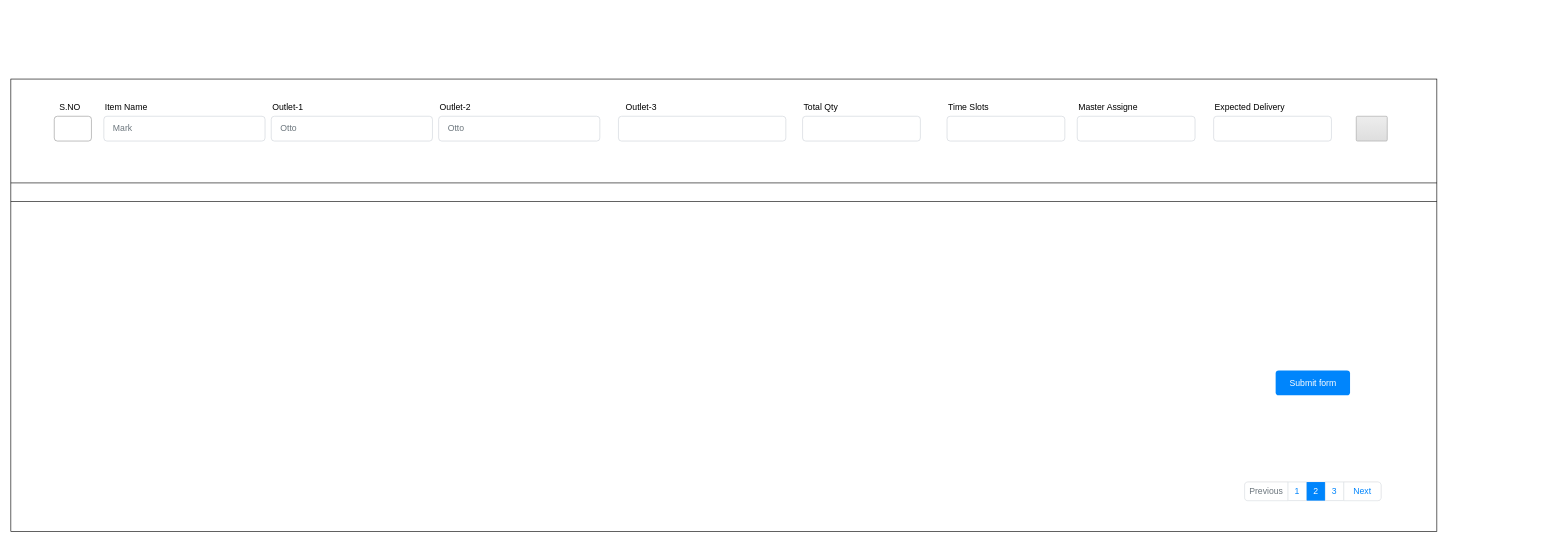
saikande6/Demo keeps this draw.io diagram as Jobcard.drawio. Above is the earlier version. Source tidied: cells renumbered, new cells numbered last; positions are measured from the earlier drawing's top-left corner, leaving out a move shared by most shapes. Both pictures are drawn from the tidied source at 62%, with x=0, y=0 at pixel (11, 79).
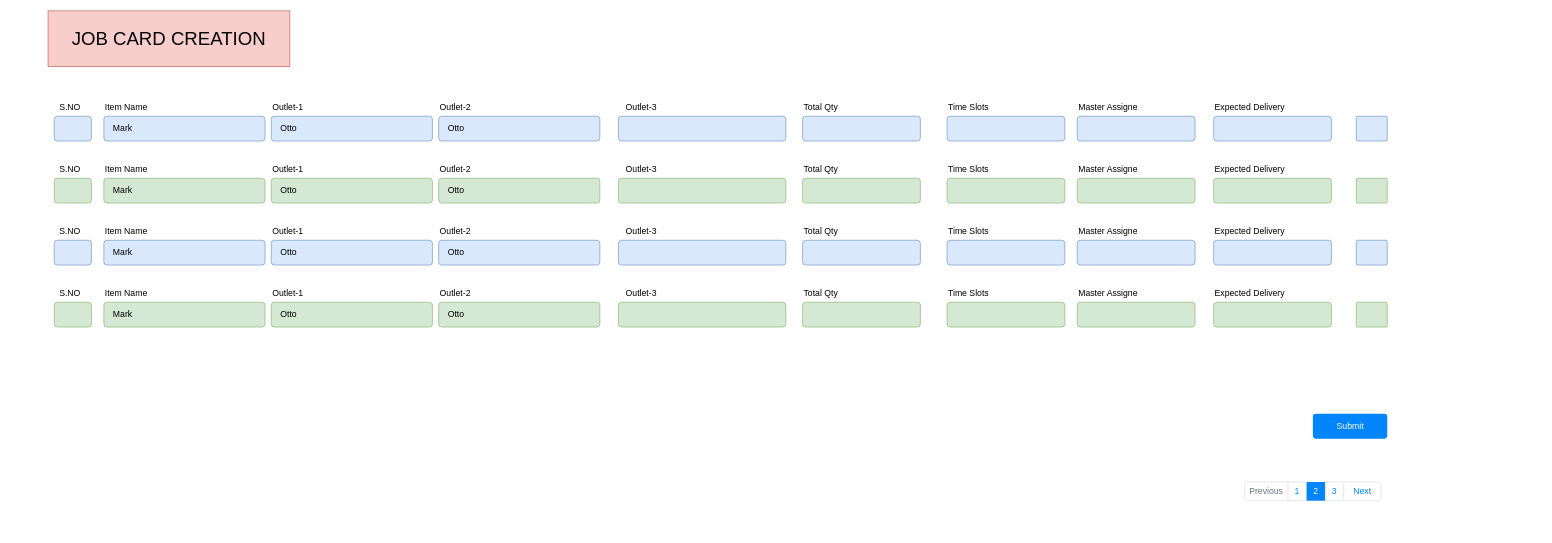
Above is the later version.

Change to the diagram source:
```diff
@@
-    <mxCell id="3" value="Mark" style="html=1;shadow=0;dashed=0;shape=mxgraph.bootstrap.rrect;rSize=5;fillColor=#ffffff;strokeColor=#CED4DA;align=left;spacing=15;fontSize=14;fontColor=#6C767D;" parent="1" vertex="1">
+    <mxCell id="3" value="Mark" style="html=1;shadow=0;dashed=0;shape=mxgraph.bootstrap.rrect;rSize=5;fillColor=#dae8fc;strokeColor=#6c8ebf;align=left;spacing=15;fontSize=14;" parent="1" vertex="1">
       <mxGeometry x="150" y="60" width="260" height="40" as="geometry" />
     </mxCell>
@@
-    <mxCell id="5" value="Otto" style="html=1;shadow=0;dashed=0;shape=mxgraph.bootstrap.rrect;rSize=5;fillColor=#ffffff;strokeColor=#CED4DA;align=left;spacing=15;fontSize=14;fontColor=#6C767D;" parent="1" vertex="1">
+    <mxCell id="5" value="Otto" style="html=1;shadow=0;dashed=0;shape=mxgraph.bootstrap.rrect;rSize=5;fillColor=#dae8fc;strokeColor=#6c8ebf;align=left;spacing=15;fontSize=14;" parent="1" vertex="1">
       <mxGeometry x="420" y="60" width="260" height="40" as="geometry" />
     </mxCell>
@@
-    <mxCell id="8" style="html=1;shadow=0;dashed=0;shape=mxgraph.bootstrap.rrect;rSize=5;fillColor=#ffffff;strokeColor=#CED4DA;align=left;spacing=15;fontSize=14;fontColor=#6C767D;" parent="1" vertex="1">
+    <mxCell id="8" style="html=1;shadow=0;dashed=0;shape=mxgraph.bootstrap.rrect;rSize=5;fillColor=#dae8fc;strokeColor=#6c8ebf;align=left;spacing=15;fontSize=14;" parent="1" vertex="1">
       <mxGeometry x="980" y="60" width="270" height="40" as="geometry" />
     </mxCell>
@@
-    <mxCell id="11" style="html=1;shadow=0;dashed=0;shape=mxgraph.bootstrap.rrect;rSize=5;fillColor=#ffffff;strokeColor=#CED4DA;align=left;spacing=15;fontSize=14;fontColor=#6C767D;" parent="1" vertex="1">
+    <mxCell id="11" style="html=1;shadow=0;dashed=0;shape=mxgraph.bootstrap.rrect;rSize=5;fillColor=#dae8fc;strokeColor=#6c8ebf;align=left;spacing=15;fontSize=14;" parent="1" vertex="1">
       <mxGeometry x="1510" y="60" width="190" height="40" as="geometry" />
     </mxCell>
-    <mxCell id="12" value="Agree to term and conditions" style="html=1;shadow=0;dashed=0;shape=mxgraph.bootstrap.checkbox2;labelPosition=right;verticalLabelPosition=middle;align=left;verticalAlign=middle;gradientColor=#DEDEDE;fillColor=#EDEDED;strokeColor=#A6A6A6;checked=0;spacing=5;checkedFill=#0085FC;checkedStroke=#ffffff;fontSize=19;fontColor=#FFFFFF;" parent="1" vertex="1">
+    <mxCell id="12" style="html=1;shadow=0;dashed=0;shape=mxgraph.bootstrap.checkbox2;labelPosition=right;verticalLabelPosition=middle;align=left;verticalAlign=middle;fillColor=#dae8fc;strokeColor=#6c8ebf;checked=0;spacing=5;checkedFill=#0085FC;checkedStroke=#ffffff;fontSize=19;" parent="1" vertex="1">
       <mxGeometry x="2170" y="60" width="50" height="40" as="geometry" />
     </mxCell>
-    <mxCell id="13" value="Submit form" style="html=1;shadow=0;dashed=0;shape=mxgraph.bootstrap.rrect;rSize=5;fillColor=#0085FC;strokeColor=none;align=center;spacing=15;fontSize=14;fontColor=#ffffff;" parent="1" vertex="1">
-      <mxGeometry x="2040" y="470" width="120" height="40" as="geometry" />
+    <mxCell id="13" value="Submit" style="html=1;shadow=0;dashed=0;shape=mxgraph.bootstrap.rrect;rSize=5;fillColor=#0085FC;strokeColor=none;align=center;spacing=15;fontSize=14;fontColor=#ffffff;" parent="1" vertex="1">
+      <mxGeometry x="2100" y="540" width="120" height="40" as="geometry" />
     </mxCell>
-    <mxCell id="14" style="html=1;shadow=0;dashed=0;shape=mxgraph.bootstrap.rrect;rSize=5;fillColor=none;strokeColor=#999999;align=left;spacing=15;fontSize=14;fontColor=#6C767D;" parent="1" vertex="1">
+    <mxCell id="14" style="html=1;shadow=0;dashed=0;shape=mxgraph.bootstrap.rrect;rSize=5;fillColor=#dae8fc;strokeColor=#6c8ebf;align=left;spacing=15;fontSize=14;" parent="1" vertex="1">
       <mxGeometry x="70" y="60" width="60" height="40" as="geometry" />
     </mxCell>
@@
-    <mxCell id="16" value="Otto" style="html=1;shadow=0;dashed=0;shape=mxgraph.bootstrap.rrect;rSize=5;fillColor=#ffffff;strokeColor=#CED4DA;align=left;spacing=15;fontSize=14;fontColor=#6C767D;" parent="1" vertex="1">
+    <mxCell id="16" value="Otto" style="html=1;shadow=0;dashed=0;shape=mxgraph.bootstrap.rrect;rSize=5;fillColor=#dae8fc;strokeColor=#6c8ebf;align=left;spacing=15;fontSize=14;" parent="1" vertex="1">
       <mxGeometry x="690" y="60" width="260" height="40" as="geometry" />
     </mxCell>
-    <mxCell id="17" style="html=1;shadow=0;dashed=0;shape=mxgraph.bootstrap.rrect;rSize=5;fillColor=#ffffff;strokeColor=#CED4DA;align=left;spacing=15;fontSize=14;fontColor=#6C767D;" parent="1" vertex="1">
+    <mxCell id="17" style="html=1;shadow=0;dashed=0;shape=mxgraph.bootstrap.rrect;rSize=5;fillColor=#dae8fc;strokeColor=#6c8ebf;align=left;spacing=15;fontSize=14;" parent="1" vertex="1">
       <mxGeometry x="1277" y="60" width="190" height="40" as="geometry" />
     </mxCell>
@@
-    <mxCell id="19" style="html=1;shadow=0;dashed=0;shape=mxgraph.bootstrap.rrect;rSize=5;fillColor=#ffffff;strokeColor=#CED4DA;align=left;spacing=15;fontSize=14;fontColor=#6C767D;" parent="1" vertex="1">
+    <mxCell id="19" style="html=1;shadow=0;dashed=0;shape=mxgraph.bootstrap.rrect;rSize=5;fillColor=#dae8fc;strokeColor=#6c8ebf;align=left;spacing=15;fontSize=14;" parent="1" vertex="1">
       <mxGeometry x="1720" y="60" width="190" height="40" as="geometry" />
     </mxCell>
@@
-    <mxCell id="21" style="html=1;shadow=0;dashed=0;shape=mxgraph.bootstrap.rrect;rSize=5;fillColor=#ffffff;strokeColor=#CED4DA;align=left;spacing=15;fontSize=14;fontColor=#6C767D;" parent="1" vertex="1">
+    <mxCell id="21" style="html=1;shadow=0;dashed=0;shape=mxgraph.bootstrap.rrect;rSize=5;fillColor=#dae8fc;strokeColor=#6c8ebf;align=left;spacing=15;fontSize=14;" parent="1" vertex="1">
       <mxGeometry x="1940" y="60" width="190" height="40" as="geometry" />
     </mxCell>
@@
-    <mxCell id="28" style="rounded=0;whiteSpace=wrap;html=1;fontSize=14;noLabel=1;fontColor=none;fillColor=none;" parent="1" vertex="1">
-      <mxGeometry width="2300" height="730" as="geometry" />
-    </mxCell>
-    <mxCell id="29" style="shape=link;html=1;fontSize=14;fontColor=none;exitX=0;exitY=0.25;exitDx=0;exitDy=0;entryX=1;entryY=0.25;entryDx=0;entryDy=0;width=30;" parent="1" edge="1" source="28" target="28">
-      <mxGeometry relative="1" as="geometry" />
-    </mxCell>
+    <mxCell id="30" value="Item Name" style="fillColor=none;strokeColor=none;align=left;fontSize=14;" parent="1" vertex="1">
+      <mxGeometry x="150" y="130" width="100" height="30" as="geometry" />
+    </mxCell>
+    <mxCell id="31" value="Mark" style="html=1;shadow=0;dashed=0;shape=mxgraph.bootstrap.rrect;rSize=5;fillColor=#d5e8d4;strokeColor=#82b366;align=left;spacing=15;fontSize=14;" parent="1" vertex="1">
+      <mxGeometry x="150" y="160" width="260" height="40" as="geometry" />
+    </mxCell>
+    <mxCell id="32" value="Outlet-1" style="fillColor=none;strokeColor=none;align=left;fontSize=14;" parent="1" vertex="1">
+      <mxGeometry x="420" y="130" width="100" height="30" as="geometry" />
+    </mxCell>
+    <mxCell id="33" value="Otto" style="html=1;shadow=0;dashed=0;shape=mxgraph.bootstrap.rrect;rSize=5;fillColor=#d5e8d4;strokeColor=#82b366;align=left;spacing=15;fontSize=14;" parent="1" vertex="1">
+      <mxGeometry x="420" y="160" width="260" height="40" as="geometry" />
+    </mxCell>
+    <mxCell id="34" value="Outlet-2" style="fillColor=none;strokeColor=none;align=left;fontSize=14;" parent="1" vertex="1">
+      <mxGeometry x="690" y="130" width="100" height="30" as="geometry" />
+    </mxCell>
+    <mxCell id="35" value="Outlet-3" style="fillColor=none;strokeColor=none;align=left;fontSize=14;" parent="1" vertex="1">
+      <mxGeometry x="990" y="130" width="100" height="30" as="geometry" />
+    </mxCell>
+    <mxCell id="36" style="html=1;shadow=0;dashed=0;shape=mxgraph.bootstrap.rrect;rSize=5;fillColor=#d5e8d4;strokeColor=#82b366;align=left;spacing=15;fontSize=14;" parent="1" vertex="1">
+      <mxGeometry x="980" y="160" width="270" height="40" as="geometry" />
+    </mxCell>
+    <mxCell id="37" value="Total Qty" style="fillColor=none;strokeColor=none;align=left;fontSize=14;" parent="1" vertex="1">
+      <mxGeometry x="1277" y="130" width="100" height="30" as="geometry" />
+    </mxCell>
+    <mxCell id="38" value="Time Slots" style="fillColor=none;strokeColor=none;align=left;fontSize=14;" parent="1" vertex="1">
+      <mxGeometry x="1510" y="130" width="190" height="30" as="geometry" />
+    </mxCell>
+    <mxCell id="39" style="html=1;shadow=0;dashed=0;shape=mxgraph.bootstrap.rrect;rSize=5;fillColor=#d5e8d4;strokeColor=#82b366;align=left;spacing=15;fontSize=14;" parent="1" vertex="1">
+      <mxGeometry x="1510" y="160" width="190" height="40" as="geometry" />
+    </mxCell>
+    <mxCell id="40" style="html=1;shadow=0;dashed=0;shape=mxgraph.bootstrap.checkbox2;labelPosition=right;verticalLabelPosition=middle;align=left;verticalAlign=middle;fillColor=#d5e8d4;strokeColor=#82b366;checked=0;spacing=5;checkedFill=#0085FC;checkedStroke=#ffffff;fontSize=19;" parent="1" vertex="1">
+      <mxGeometry x="2170" y="160" width="50" height="40" as="geometry" />
+    </mxCell>
+    <mxCell id="41" style="html=1;shadow=0;dashed=0;shape=mxgraph.bootstrap.rrect;rSize=5;fillColor=#d5e8d4;strokeColor=#82b366;align=left;spacing=15;fontSize=14;" parent="1" vertex="1">
+      <mxGeometry x="70" y="160" width="60" height="40" as="geometry" />
+    </mxCell>
+    <mxCell id="42" value="&lt;font color=&quot;#000000&quot; style=&quot;font-size: 14px;&quot;&gt;S.NO&lt;/font&gt;" style="text;html=1;align=center;verticalAlign=middle;fontSize=14;fontColor=#FFFFFF;" parent="1" vertex="1">
+      <mxGeometry x="70" y="135" width="50" height="20" as="geometry" />
+    </mxCell>
+    <mxCell id="43" value="Otto" style="html=1;shadow=0;dashed=0;shape=mxgraph.bootstrap.rrect;rSize=5;fillColor=#d5e8d4;strokeColor=#82b366;align=left;spacing=15;fontSize=14;" parent="1" vertex="1">
+      <mxGeometry x="690" y="160" width="260" height="40" as="geometry" />
+    </mxCell>
+    <mxCell id="44" style="html=1;shadow=0;dashed=0;shape=mxgraph.bootstrap.rrect;rSize=5;fillColor=#d5e8d4;strokeColor=#82b366;align=left;spacing=15;fontSize=14;" parent="1" vertex="1">
+      <mxGeometry x="1277" y="160" width="190" height="40" as="geometry" />
+    </mxCell>
+    <mxCell id="45" value="Master Assigne" style="fillColor=none;strokeColor=none;align=left;fontSize=14;" parent="1" vertex="1">
+      <mxGeometry x="1720" y="130" width="190" height="30" as="geometry" />
+    </mxCell>
+    <mxCell id="46" style="html=1;shadow=0;dashed=0;shape=mxgraph.bootstrap.rrect;rSize=5;fillColor=#d5e8d4;strokeColor=#82b366;align=left;spacing=15;fontSize=14;" parent="1" vertex="1">
+      <mxGeometry x="1720" y="160" width="190" height="40" as="geometry" />
+    </mxCell>
+    <mxCell id="47" value="Expected Delivery" style="fillColor=none;strokeColor=none;align=left;fontSize=14;" parent="1" vertex="1">
+      <mxGeometry x="1940" y="130" width="190" height="30" as="geometry" />
+    </mxCell>
+    <mxCell id="48" style="html=1;shadow=0;dashed=0;shape=mxgraph.bootstrap.rrect;rSize=5;fillColor=#d5e8d4;strokeColor=#82b366;align=left;spacing=15;fontSize=14;" parent="1" vertex="1">
+      <mxGeometry x="1940" y="160" width="190" height="40" as="geometry" />
+    </mxCell>
+    <mxCell id="49" value="Item Name" style="fillColor=none;strokeColor=none;align=left;fontSize=14;" parent="1" vertex="1">
+      <mxGeometry x="150" y="230" width="100" height="30" as="geometry" />
+    </mxCell>
+    <mxCell id="50" value="Mark" style="html=1;shadow=0;dashed=0;shape=mxgraph.bootstrap.rrect;rSize=5;fillColor=#dae8fc;strokeColor=#6c8ebf;align=left;spacing=15;fontSize=14;" parent="1" vertex="1">
+      <mxGeometry x="150" y="260" width="260" height="40" as="geometry" />
+    </mxCell>
+    <mxCell id="51" value="Outlet-1" style="fillColor=none;strokeColor=none;align=left;fontSize=14;" parent="1" vertex="1">
+      <mxGeometry x="420" y="230" width="100" height="30" as="geometry" />
+    </mxCell>
+    <mxCell id="52" value="Otto" style="html=1;shadow=0;dashed=0;shape=mxgraph.bootstrap.rrect;rSize=5;fillColor=#dae8fc;strokeColor=#6c8ebf;align=left;spacing=15;fontSize=14;" parent="1" vertex="1">
+      <mxGeometry x="420" y="260" width="260" height="40" as="geometry" />
+    </mxCell>
+    <mxCell id="53" value="Outlet-2" style="fillColor=none;strokeColor=none;align=left;fontSize=14;" parent="1" vertex="1">
+      <mxGeometry x="690" y="230" width="100" height="30" as="geometry" />
+    </mxCell>
+    <mxCell id="54" value="Outlet-3" style="fillColor=none;strokeColor=none;align=left;fontSize=14;" parent="1" vertex="1">
+      <mxGeometry x="990" y="230" width="100" height="30" as="geometry" />
+    </mxCell>
+    <mxCell id="55" style="html=1;shadow=0;dashed=0;shape=mxgraph.bootstrap.rrect;rSize=5;fillColor=#dae8fc;strokeColor=#6c8ebf;align=left;spacing=15;fontSize=14;" parent="1" vertex="1">
+      <mxGeometry x="980" y="260" width="270" height="40" as="geometry" />
+    </mxCell>
+    <mxCell id="56" value="Total Qty" style="fillColor=none;strokeColor=none;align=left;fontSize=14;" parent="1" vertex="1">
+      <mxGeometry x="1277" y="230" width="100" height="30" as="geometry" />
+    </mxCell>
+    <mxCell id="57" value="Time Slots" style="fillColor=none;strokeColor=none;align=left;fontSize=14;" parent="1" vertex="1">
+      <mxGeometry x="1510" y="230" width="190" height="30" as="geometry" />
+    </mxCell>
+    <mxCell id="58" style="html=1;shadow=0;dashed=0;shape=mxgraph.bootstrap.rrect;rSize=5;fillColor=#dae8fc;strokeColor=#6c8ebf;align=left;spacing=15;fontSize=14;" parent="1" vertex="1">
+      <mxGeometry x="1510" y="260" width="190" height="40" as="geometry" />
+    </mxCell>
+    <mxCell id="59" style="html=1;shadow=0;dashed=0;shape=mxgraph.bootstrap.checkbox2;labelPosition=right;verticalLabelPosition=middle;align=left;verticalAlign=middle;fillColor=#dae8fc;strokeColor=#6c8ebf;checked=0;spacing=5;checkedFill=#0085FC;checkedStroke=#ffffff;fontSize=19;" parent="1" vertex="1">
+      <mxGeometry x="2170" y="260" width="50" height="40" as="geometry" />
+    </mxCell>
+    <mxCell id="60" style="html=1;shadow=0;dashed=0;shape=mxgraph.bootstrap.rrect;rSize=5;fillColor=#dae8fc;strokeColor=#6c8ebf;align=left;spacing=15;fontSize=14;" parent="1" vertex="1">
+      <mxGeometry x="70" y="260" width="60" height="40" as="geometry" />
+    </mxCell>
+    <mxCell id="61" value="&lt;font color=&quot;#000000&quot; style=&quot;font-size: 14px;&quot;&gt;S.NO&lt;/font&gt;" style="text;html=1;align=center;verticalAlign=middle;fontSize=14;fontColor=#FFFFFF;" parent="1" vertex="1">
+      <mxGeometry x="70" y="235" width="50" height="20" as="geometry" />
+    </mxCell>
+    <mxCell id="62" value="Otto" style="html=1;shadow=0;dashed=0;shape=mxgraph.bootstrap.rrect;rSize=5;fillColor=#dae8fc;strokeColor=#6c8ebf;align=left;spacing=15;fontSize=14;" parent="1" vertex="1">
+      <mxGeometry x="690" y="260" width="260" height="40" as="geometry" />
+    </mxCell>
+    <mxCell id="63" style="html=1;shadow=0;dashed=0;shape=mxgraph.bootstrap.rrect;rSize=5;fillColor=#dae8fc;strokeColor=#6c8ebf;align=left;spacing=15;fontSize=14;" parent="1" vertex="1">
+      <mxGeometry x="1277" y="260" width="190" height="40" as="geometry" />
+    </mxCell>
+    <mxCell id="64" value="Master Assigne" style="fillColor=none;strokeColor=none;align=left;fontSize=14;" parent="1" vertex="1">
+      <mxGeometry x="1720" y="230" width="190" height="30" as="geometry" />
+    </mxCell>
+    <mxCell id="65" style="html=1;shadow=0;dashed=0;shape=mxgraph.bootstrap.rrect;rSize=5;fillColor=#dae8fc;strokeColor=#6c8ebf;align=left;spacing=15;fontSize=14;" parent="1" vertex="1">
+      <mxGeometry x="1720" y="260" width="190" height="40" as="geometry" />
+    </mxCell>
+    <mxCell id="66" value="Expected Delivery" style="fillColor=none;strokeColor=none;align=left;fontSize=14;" parent="1" vertex="1">
+      <mxGeometry x="1940" y="230" width="190" height="30" as="geometry" />
+    </mxCell>
+    <mxCell id="67" style="html=1;shadow=0;dashed=0;shape=mxgraph.bootstrap.rrect;rSize=5;fillColor=#dae8fc;strokeColor=#6c8ebf;align=left;spacing=15;fontSize=14;" parent="1" vertex="1">
+      <mxGeometry x="1940" y="260" width="190" height="40" as="geometry" />
+    </mxCell>
+    <mxCell id="68" value="Item Name" style="fillColor=none;strokeColor=none;align=left;fontSize=14;" parent="1" vertex="1">
+      <mxGeometry x="150" y="330" width="100" height="30" as="geometry" />
+    </mxCell>
+    <mxCell id="69" value="Mark" style="html=1;shadow=0;dashed=0;shape=mxgraph.bootstrap.rrect;rSize=5;fillColor=#d5e8d4;strokeColor=#82b366;align=left;spacing=15;fontSize=14;" parent="1" vertex="1">
+      <mxGeometry x="150" y="360" width="260" height="40" as="geometry" />
+    </mxCell>
+    <mxCell id="70" value="Outlet-1" style="fillColor=none;strokeColor=none;align=left;fontSize=14;" parent="1" vertex="1">
+      <mxGeometry x="420" y="330" width="100" height="30" as="geometry" />
+    </mxCell>
+    <mxCell id="71" value="Otto" style="html=1;shadow=0;dashed=0;shape=mxgraph.bootstrap.rrect;rSize=5;fillColor=#d5e8d4;strokeColor=#82b366;align=left;spacing=15;fontSize=14;" parent="1" vertex="1">
+      <mxGeometry x="420" y="360" width="260" height="40" as="geometry" />
+    </mxCell>
+    <mxCell id="72" value="Outlet-2" style="fillColor=none;strokeColor=none;align=left;fontSize=14;" parent="1" vertex="1">
+      <mxGeometry x="690" y="330" width="100" height="30" as="geometry" />
+    </mxCell>
+    <mxCell id="73" value="Outlet-3" style="fillColor=none;strokeColor=none;align=left;fontSize=14;" parent="1" vertex="1">
+      <mxGeometry x="990" y="330" width="100" height="30" as="geometry" />
+    </mxCell>
+    <mxCell id="74" style="html=1;shadow=0;dashed=0;shape=mxgraph.bootstrap.rrect;rSize=5;fillColor=#d5e8d4;strokeColor=#82b366;align=left;spacing=15;fontSize=14;" parent="1" vertex="1">
+      <mxGeometry x="980" y="360" width="270" height="40" as="geometry" />
+    </mxCell>
+    <mxCell id="75" value="Total Qty" style="fillColor=none;strokeColor=none;align=left;fontSize=14;" parent="1" vertex="1">
+      <mxGeometry x="1277" y="330" width="100" height="30" as="geometry" />
+    </mxCell>
+    <mxCell id="76" value="Time Slots" style="fillColor=none;strokeColor=none;align=left;fontSize=14;" parent="1" vertex="1">
+      <mxGeometry x="1510" y="330" width="190" height="30" as="geometry" />
+    </mxCell>
+    <mxCell id="77" style="html=1;shadow=0;dashed=0;shape=mxgraph.bootstrap.rrect;rSize=5;fillColor=#d5e8d4;strokeColor=#82b366;align=left;spacing=15;fontSize=14;" parent="1" vertex="1">
+      <mxGeometry x="1510" y="360" width="190" height="40" as="geometry" />
+    </mxCell>
+    <mxCell id="78" style="html=1;shadow=0;dashed=0;shape=mxgraph.bootstrap.checkbox2;labelPosition=right;verticalLabelPosition=middle;align=left;verticalAlign=middle;fillColor=#d5e8d4;strokeColor=#82b366;checked=0;spacing=5;checkedFill=#0085FC;checkedStroke=#ffffff;fontSize=19;" parent="1" vertex="1">
+      <mxGeometry x="2170" y="360" width="50" height="40" as="geometry" />
+    </mxCell>
+    <mxCell id="79" style="html=1;shadow=0;dashed=0;shape=mxgraph.bootstrap.rrect;rSize=5;fillColor=#d5e8d4;strokeColor=#82b366;align=left;spacing=15;fontSize=14;" parent="1" vertex="1">
+      <mxGeometry x="70" y="360" width="60" height="40" as="geometry" />
+    </mxCell>
+    <mxCell id="80" value="&lt;font color=&quot;#000000&quot; style=&quot;font-size: 14px;&quot;&gt;S.NO&lt;/font&gt;" style="text;html=1;align=center;verticalAlign=middle;fontSize=14;fontColor=#FFFFFF;" parent="1" vertex="1">
+      <mxGeometry x="70" y="335" width="50" height="20" as="geometry" />
+    </mxCell>
+    <mxCell id="81" value="Otto" style="html=1;shadow=0;dashed=0;shape=mxgraph.bootstrap.rrect;rSize=5;fillColor=#d5e8d4;strokeColor=#82b366;align=left;spacing=15;fontSize=14;" parent="1" vertex="1">
+      <mxGeometry x="690" y="360" width="260" height="40" as="geometry" />
+    </mxCell>
+    <mxCell id="82" style="html=1;shadow=0;dashed=0;shape=mxgraph.bootstrap.rrect;rSize=5;fillColor=#d5e8d4;strokeColor=#82b366;align=left;spacing=15;fontSize=14;" parent="1" vertex="1">
+      <mxGeometry x="1277" y="360" width="190" height="40" as="geometry" />
+    </mxCell>
+    <mxCell id="83" value="Master Assigne" style="fillColor=none;strokeColor=none;align=left;fontSize=14;" parent="1" vertex="1">
+      <mxGeometry x="1720" y="330" width="190" height="30" as="geometry" />
+    </mxCell>
+    <mxCell id="84" style="html=1;shadow=0;dashed=0;shape=mxgraph.bootstrap.rrect;rSize=5;fillColor=#d5e8d4;strokeColor=#82b366;align=left;spacing=15;fontSize=14;" parent="1" vertex="1">
+      <mxGeometry x="1720" y="360" width="190" height="40" as="geometry" />
+    </mxCell>
+    <mxCell id="85" value="Expected Delivery" style="fillColor=none;strokeColor=none;align=left;fontSize=14;" parent="1" vertex="1">
+      <mxGeometry x="1940" y="330" width="190" height="30" as="geometry" />
+    </mxCell>
+    <mxCell id="86" style="html=1;shadow=0;dashed=0;shape=mxgraph.bootstrap.rrect;rSize=5;fillColor=#d5e8d4;strokeColor=#82b366;align=left;spacing=15;fontSize=14;" parent="1" vertex="1">
+      <mxGeometry x="1940" y="360" width="190" height="40" as="geometry" />
+    </mxCell>
+    <mxCell id="87" value="&lt;font style=&quot;font-size: 30px&quot;&gt;JOB CARD CREATION&lt;/font&gt;" style="text;html=1;strokeColor=#b85450;fillColor=#f8cecc;align=center;verticalAlign=middle;whiteSpace=wrap;rounded=0;fontSize=14;" parent="1" vertex="1">
+      <mxGeometry x="60" y="-110" width="390" height="90" as="geometry" />
+    </mxCell>
```
